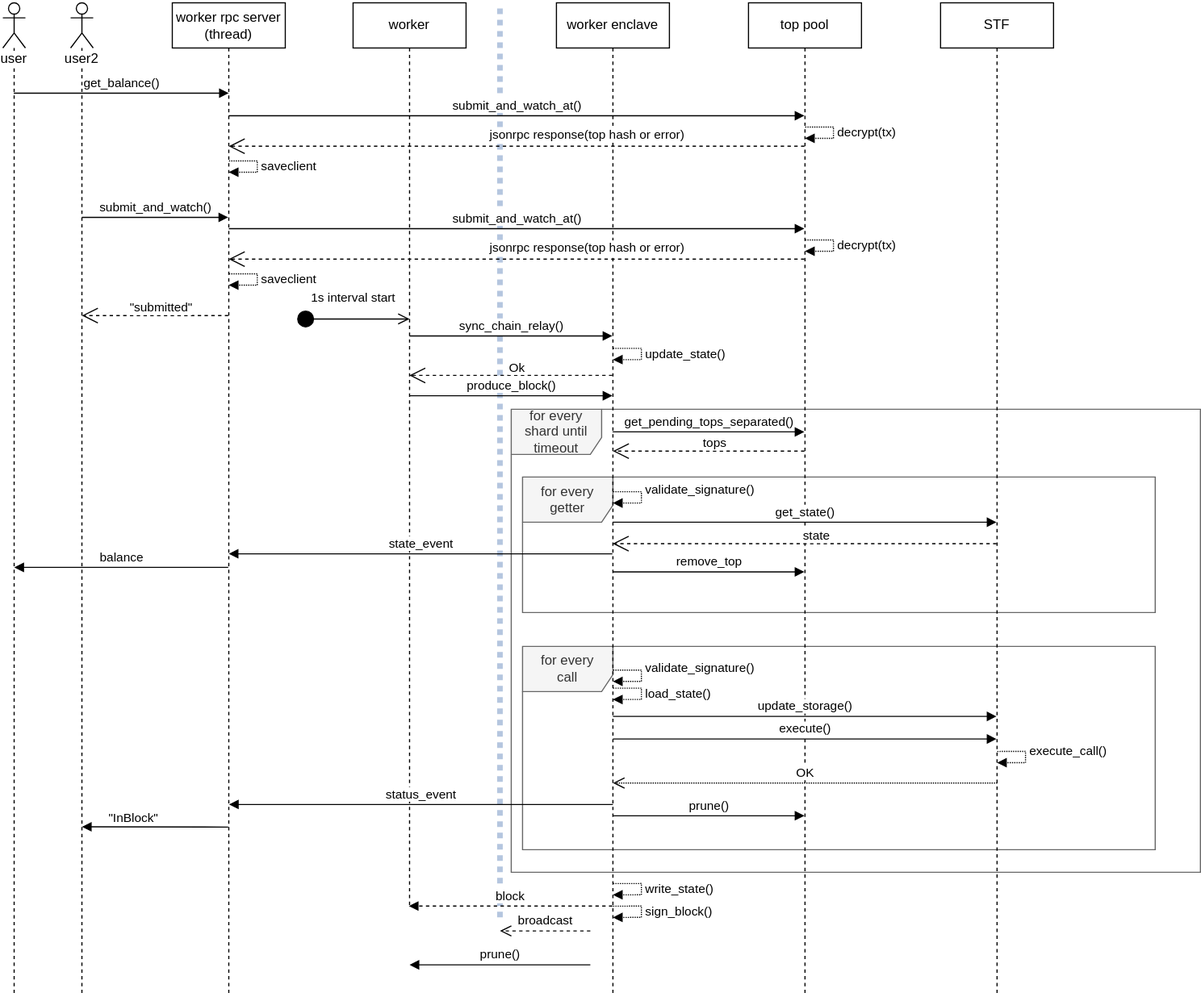
The draw.io diagram sidechain-sequence.svg in haerdib/substraTEE_diagramms, before a commit. Source tidied: cells renumbered, new cells last; positions are measured from the earlier drawing's top-left corner, leaving out a move shared by most shapes.
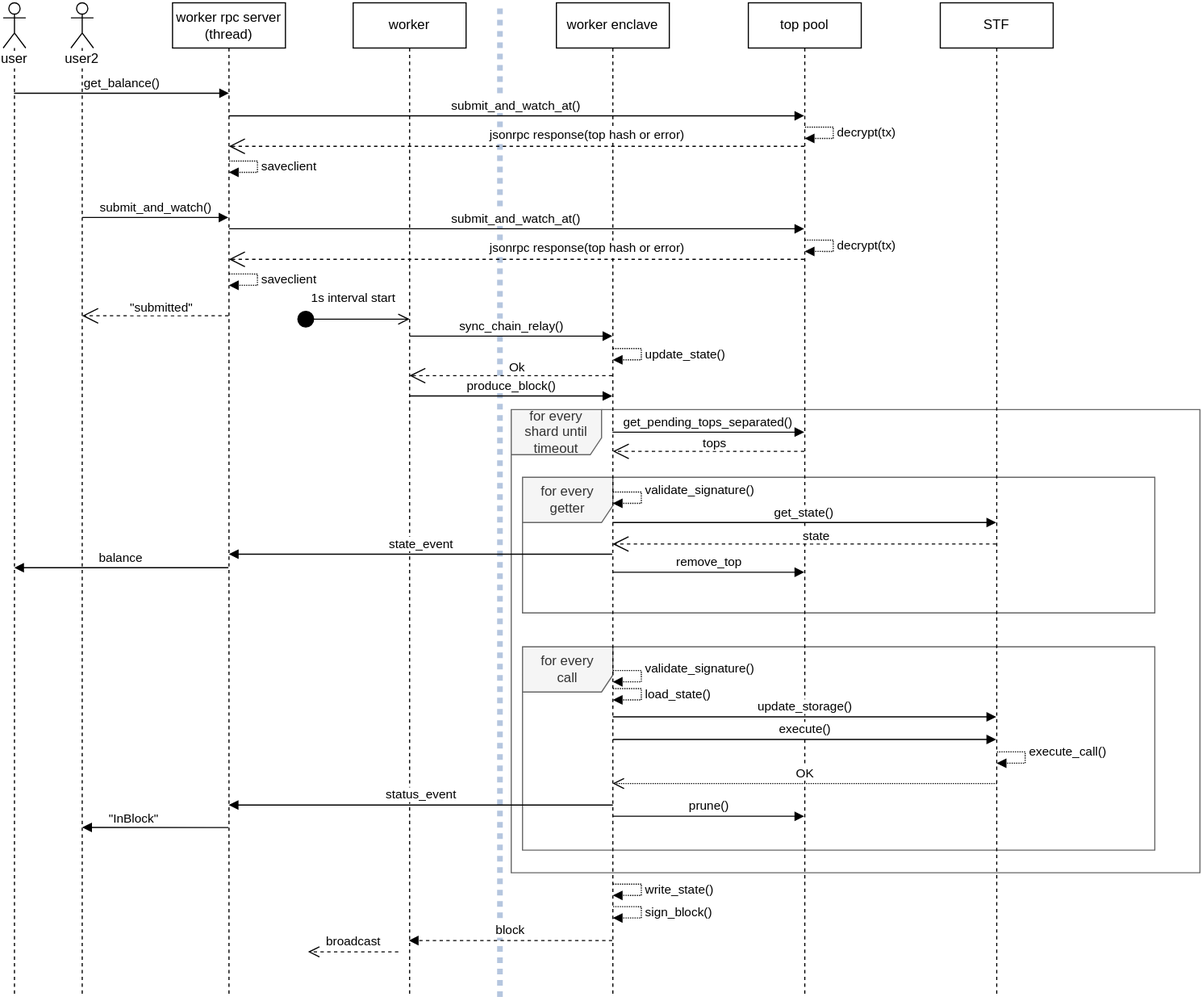
The same diagram one commit later.

What changed in the source:
```diff
@@ -13,7 +13,7 @@
     </mxCell>
     <mxCell id="5" style="endArrow=none;dashed=1;html=1;fillColor=#dae8fc;strokeColor=#6c8ebf;dashPattern=1 1;strokeWidth=5;opacity=50;" parent="1" edge="1">
       <mxGeometry relative="1" as="geometry">
-        <mxPoint x="440" y="810" as="sourcePoint" />
+        <mxPoint x="440" y="880" as="sourcePoint" />
         <mxPoint x="440" as="targetPoint" />
       </mxGeometry>
     </mxCell>
@@ -51,7 +51,7 @@
       <mxGeometry x="60" width="20" height="880" as="geometry" />
     </mxCell>
     <mxCell id="14" value="worker" style="shape=umlLifeline;perimeter=lifelinePerimeter;whiteSpace=wrap;html=1;" parent="1" vertex="1">
-      <mxGeometry x="310" width="100" height="800" as="geometry" />
+      <mxGeometry x="310" width="100" height="880" as="geometry" />
     </mxCell>
     <mxCell id="15" value="produce_block()" style="html=1;verticalAlign=bottom;endArrow=block;" parent="14" edge="1">
       <mxGeometry relative="1" as="geometry">
@@ -121,8 +121,8 @@
     </mxCell>
     <mxCell id="23" value="block" style="html=1;verticalAlign=bottom;endArrow=block;strokeWidth=1;dashed=1;" parent="1" edge="1">
       <mxGeometry relative="1" as="geometry">
-        <mxPoint x="539.5" y="800" as="sourcePoint" />
-        <mxPoint x="359.3" y="800" as="targetPoint" />
+        <mxPoint x="539.5" y="830" as="sourcePoint" />
+        <mxPoint x="359.3" y="830" as="targetPoint" />
       </mxGeometry>
     </mxCell>
     <mxCell id="24" value="&lt;div&gt;write_state()&lt;/div&gt;" style="edgeStyle=orthogonalEdgeStyle;html=1;align=left;spacingLeft=2;endArrow=block;rounded=0;dashed=1;dashPattern=1 1;" parent="1" edge="1">
@@ -147,19 +147,10 @@
     </mxCell>
     <mxCell id="26" value="broadcast" style="html=1;verticalAlign=bottom;endArrow=open;dashed=1;endSize=8;strokeWidth=1;" parent="1" edge="1">
       <mxGeometry relative="1" as="geometry">
-        <mxPoint x="520" y="822" as="sourcePoint" />
-        <mxPoint x="440" y="822" as="targetPoint" />
+        <mxPoint x="350" y="840" as="sourcePoint" />
+        <mxPoint x="270" y="840" as="targetPoint" />
       </mxGeometry>
     </mxCell>
-    <mxCell id="27" value="prune()" style="html=1;verticalAlign=bottom;endArrow=block;" parent="1" edge="1">
-      <mxGeometry relative="1" as="geometry">
-        <mxPoint x="520" y="852" as="sourcePoint" />
-        <mxPoint x="360" y="852" as="targetPoint" />
-        <Array as="points">
-          <mxPoint x="490.5" y="852" />
-        </Array>
-      </mxGeometry>
-    </mxCell>
     <mxCell id="28" value="&quot;submitted&quot;" style="endArrow=open;endSize=12;dashed=1;html=1;" parent="1" edge="1">
       <mxGeometry x="-0.08" y="-7" relative="1" as="geometry">
         <mxPoint x="199.5" y="277" as="sourcePoint" />
```
